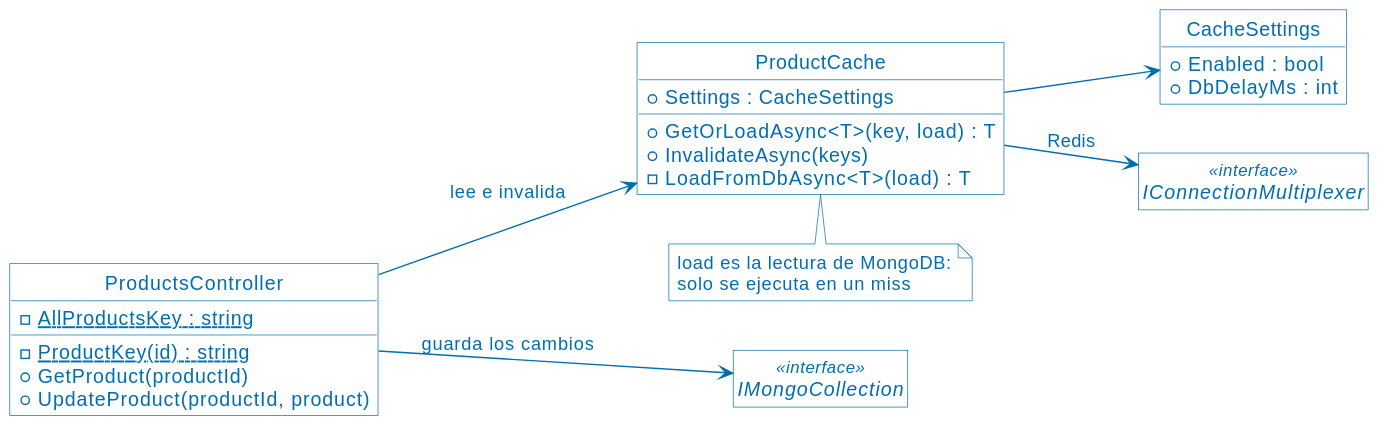
Above: assets/10-cache-aside-clases.svg in ucudal/ANDIS2_UT4_DEMO1 (PlantUML), before the change.
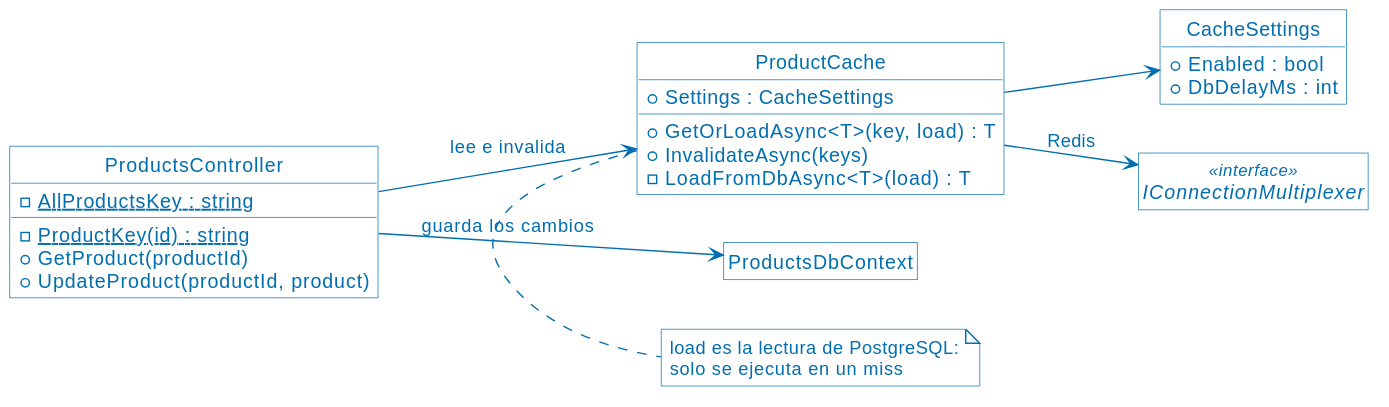
After the commit.

Change to the diagram source:
```diff
@@ -19,13 +19,13 @@
   +Enabled : bool
   +DbDelayMs : int
 }
-interface IMongoCollection <<interface>>
+class ProductsDbContext
 interface IConnectionMultiplexer <<interface>>
 
 ProductsController --> ProductCache : lee e invalida
-ProductsController --> IMongoCollection : guarda los cambios
+ProductsController --> ProductsDbContext : guarda los cambios
 ProductCache --> IConnectionMultiplexer : Redis
 ProductCache --> CacheSettings
 
-note bottom of ProductCache : load es la lectura de MongoDB:\nsolo se ejecuta en un miss
+note bottom of ProductCache : load es la lectura de PostgreSQL:\nsolo se ejecuta en un miss
 @enduml
```
